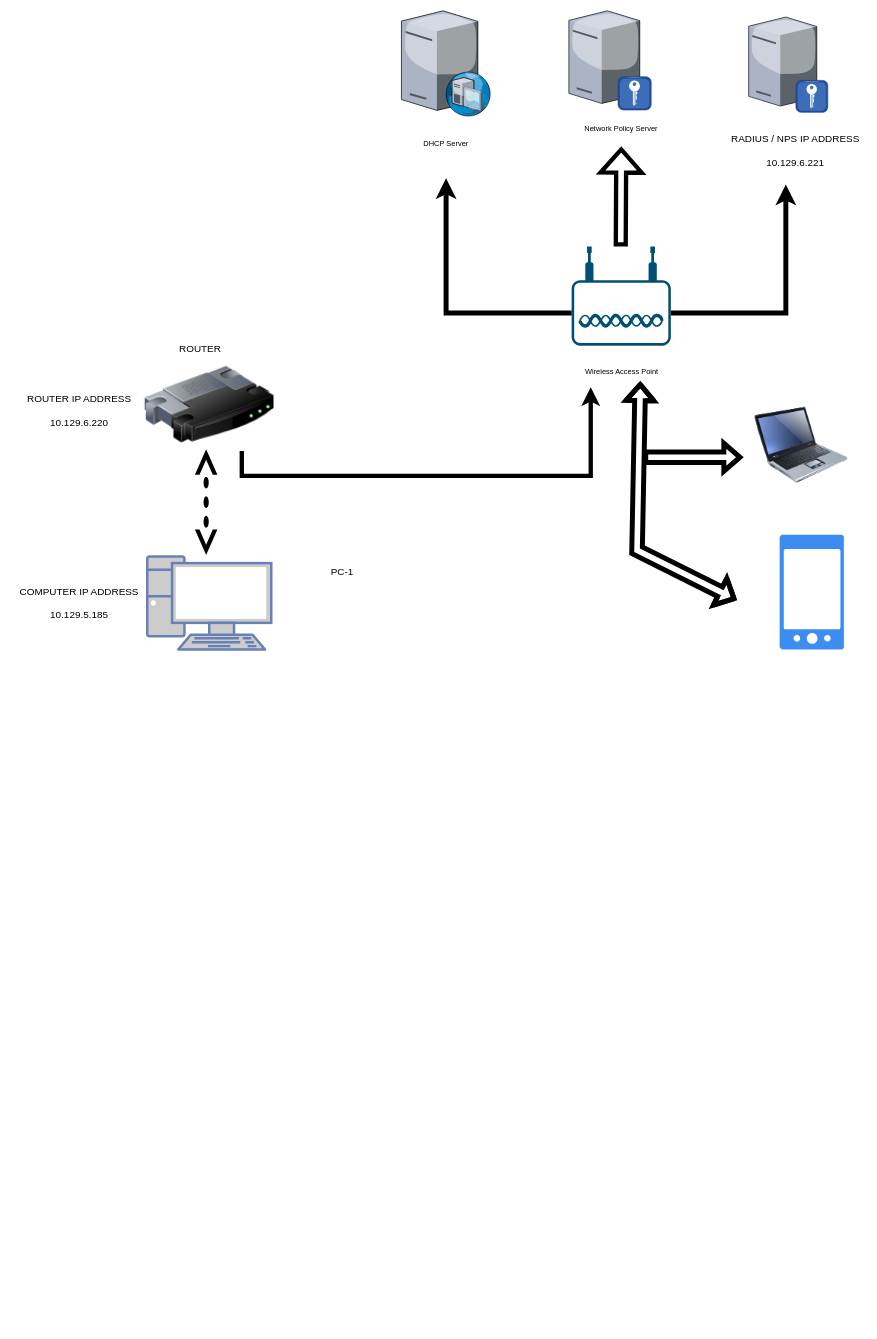
This is Documenting Enterprise Network.drawio from ethanconbolt01/main, a draw.io file, before an edit. Source tidied: cells renumbered, new cells numbered last; positions are measured from the earlier drawing's top-left corner, leaving out a move shared by most shapes. Both pictures are drawn from the tidied source at 62%, with x=0, y=0 at pixel (11, 11).
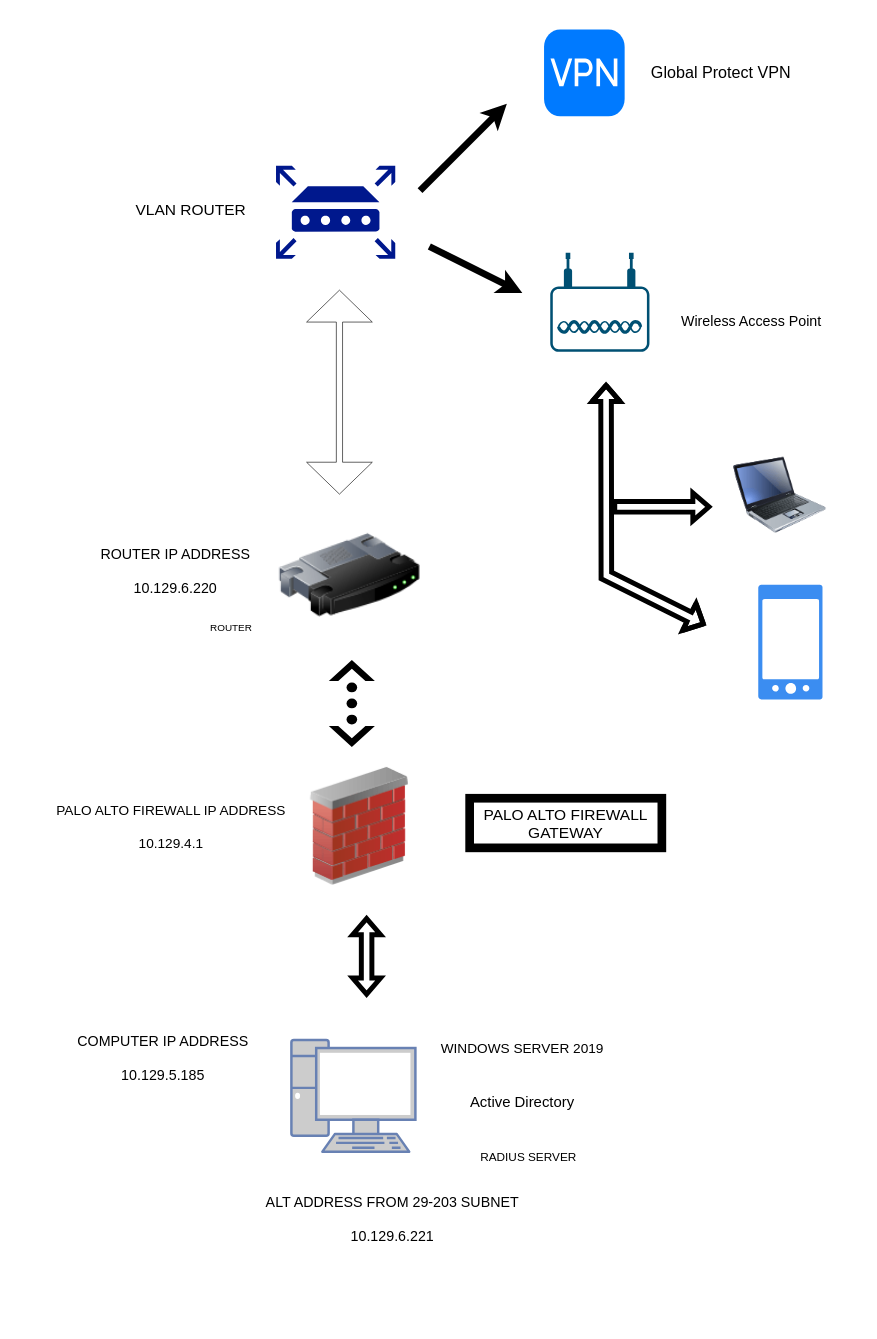
Above is the later version.

The edit, as a diff of the source:
```diff
@@
     <mxCell id="2" style="image;html=1;image=img/lib/clip_art/networking/Router_128x128.png;" parent="1" vertex="1">
-      <mxGeometry x="215" y="560" width="210" height="150" as="geometry" />
+      <mxGeometry x="432.5" y="820" width="227.5" height="180" as="geometry" />
     </mxCell>
     <mxCell id="3" style="shape=mxgraph.signs.tech.ethernet;html=1;fillColor=#000000;strokeColor=none;verticalLabelPosition=bottom;verticalAlign=top;align=center;rotation=90;" parent="1" vertex="1">
-      <mxGeometry x="229.7" y="774.3" width="170.6" height="36.3" as="geometry" />
+      <mxGeometry x="480" y="1080" width="140" height="74.3" as="geometry" />
     </mxCell>
     <mxCell id="4" style="fontColor=#0066CC;verticalAlign=top;verticalLabelPosition=bottom;labelPosition=center;align=center;html=1;fillColor=#CCCCCC;strokeColor=#6881B3;gradientColor=none;gradientDirection=north;strokeWidth=2;shape=mxgraph.networks.pc;" parent="1" vertex="1">
-      <mxGeometry x="220" y="880" width="200" height="150" as="geometry" />
+      <mxGeometry x="452.5" y="1660" width="200" height="180" as="geometry" />
     </mxCell>
-    <mxCell id="5" style="verticalLabelPosition=bottom;sketch=0;html=1;verticalAlign=top;strokeColor=none;align=center;shape=mxgraph.citrix.radius_server;" parent="1" vertex="1">
-      <mxGeometry x="1190" y="10" width="127.6" height="153.8" as="geometry" />
-    </mxCell>
-    <mxCell id="6" value="Network Policy Server" style="text;html=1;align=center;verticalAlign=middle;whiteSpace=wrap;rounded=0;" parent="1" vertex="1">
-      <mxGeometry x="900" y="160" width="169.1" height="60" as="geometry" />
-    </mxCell>
-    <mxCell id="7" value="DHCP Server" style="text;html=1;align=center;verticalAlign=middle;whiteSpace=wrap;rounded=0;" parent="1" vertex="1">
-      <mxGeometry x="636.8" y="180" width="130" height="70" as="geometry" />
-    </mxCell>
-    <mxCell id="8" value="COMPUTER IP ADDRESS&lt;br&gt;&lt;br&gt;&lt;div&gt;10.129.5.185&lt;/div&gt;" style="text;html=1;align=center;verticalAlign=middle;strokeColor=none;fillColor=none;fontSize=16;" parent="1" vertex="1">
-      <mxGeometry y="920" width="220" height="70" as="geometry" />
+    <mxCell id="8" value="&lt;font style=&quot;font-size: 23px;&quot;&gt;COMPUTER IP ADDRESS&lt;br&gt;&lt;br&gt;&lt;/font&gt;&lt;div style=&quot;font-size: 23px;&quot;&gt;&lt;font style=&quot;font-size: 23px;&quot;&gt;10.129.5.185&lt;/font&gt;&lt;/div&gt;" style="text;html=1;align=center;verticalAlign=middle;strokeColor=none;fillColor=none;fontSize=16;" parent="1" vertex="1">
+      <mxGeometry x="100" y="1640" width="290" height="100" as="geometry" />
     </mxCell>
-    <mxCell id="9" value="ROUTER IP ADDRESS&lt;br&gt;&lt;br&gt;10.129.6.220" style="text;html=1;align=center;verticalAlign=middle;strokeColor=none;fillColor=none;fontSize=16;" parent="1" vertex="1">
-      <mxGeometry x="15" y="610" width="190" height="70" as="geometry" />
+    <mxCell id="9" value="&lt;font style=&quot;font-size: 23px;&quot;&gt;ROUTER IP ADDRESS&lt;br&gt;&lt;br&gt;10.129.6.220&lt;/font&gt;" style="text;html=1;align=center;verticalAlign=middle;strokeColor=none;fillColor=none;fontSize=16;" parent="1" vertex="1">
+      <mxGeometry x="140" y="855" width="250" height="100" as="geometry" />
     </mxCell>
-    <mxCell id="10" value="&lt;div&gt;&lt;span style=&quot;background-color: initial;&quot;&gt;RADIUS / NPS IP ADDRESS&lt;/span&gt;&lt;br&gt;&lt;/div&gt;&lt;br&gt;10.129.6.221" style="text;html=1;align=center;verticalAlign=middle;strokeColor=none;fillColor=none;fontSize=16;" parent="1" vertex="1">
-      <mxGeometry x="1150" y="190" width="230" height="70" as="geometry" />
-    </mxCell>
-    <mxCell id="11" value="PC-1" style="text;html=1;align=center;verticalAlign=middle;strokeColor=none;fillColor=none;fontSize=16;" parent="1" vertex="1">
-      <mxGeometry x="504" y="890" width="60" height="30" as="geometry" />
-    </mxCell>
     <mxCell id="12" value="ROUTER" style="text;html=1;align=center;verticalAlign=middle;strokeColor=none;fillColor=none;fontSize=16;" parent="1" vertex="1">
-      <mxGeometry x="260" y="530" width="90" height="30" as="geometry" />
+      <mxGeometry x="310" y="980" width="90" height="30" as="geometry" />
     </mxCell>
-    <mxCell id="13" style="verticalLabelPosition=bottom;sketch=0;html=1;verticalAlign=top;strokeColor=none;align=center;shape=mxgraph.citrix.radius_server;" parent="1" vertex="1">
-      <mxGeometry x="900" width="132.8" height="160" as="geometry" />
-    </mxCell>
     <mxCell id="14" style="image;html=1;image=img/lib/clip_art/computers/Laptop_128x128.png;strokeWidth=8;" parent="1" vertex="1">
-      <mxGeometry x="1200" y="630" width="150" height="140" as="geometry" />
+      <mxGeometry x="1165.5" y="710.6" width="150" height="140" as="geometry" />
     </mxCell>
     <mxCell id="15" style="sketch=0;html=1;strokeColor=none;shadow=0;fillColor=#3B8DF1;verticalAlign=top;labelPosition=center;verticalLabelPosition=bottom;shape=mxgraph.gcp2.phone_android;strokeWidth=8;" parent="1" vertex="1">
-      <mxGeometry x="1240" y="845" width="103.6" height="185" as="geometry" />
+      <mxGeometry x="1205.5" y="925.6" width="103.6" height="185" as="geometry" />
     </mxCell>
-    <mxCell id="16" style="verticalLabelPosition=bottom;sketch=0;html=1;verticalAlign=top;strokeColor=none;align=center;shape=mxgraph.citrix.dhcp_server;" parent="1" vertex="1">
-      <mxGeometry x="630" width="143.6" height="170" as="geometry" />
-    </mxCell>
     <mxCell id="17" style="points=[[0.03,0.36,0],[0.18,0,0],[0.5,0.34,0],[0.82,0,0],[0.97,0.36,0],[1,0.67,0],[0.975,0.975,0],[0.5,1,0],[0.025,0.975,0],[0,0.67,0]];verticalLabelPosition=bottom;sketch=0;html=1;verticalAlign=top;align=center;shape=mxgraph.cisco19.wireless_access_point;fillColor=#005073;strokeColor=none;strokeWidth=8;" parent="1" vertex="1">
-      <mxGeometry x="904.5" y="380" width="160" height="160" as="geometry" />
+      <mxGeometry x="870" y="390" width="160" height="160" as="geometry" />
     </mxCell>
-    <mxCell id="18" value="&lt;div&gt;Wireless Access Point&lt;/div&gt;" style="text;html=1;align=center;verticalAlign=middle;points=[];strokeColor=none;fillColor=none;strokeWidth=8;" parent="1" vertex="1">
-      <mxGeometry x="909.5" y="566.8" width="150" height="30" as="geometry" />
+    <mxCell id="18" value="&lt;div style=&quot;font-size: 23px;&quot;&gt;Wireless Access Point&lt;/div&gt;" style="text;html=1;align=center;verticalAlign=middle;points=[];strokeColor=none;fillColor=none;strokeWidth=8;" parent="1" vertex="1">
+      <mxGeometry x="1079.1" y="480" width="230" height="40" as="geometry" />
     </mxCell>
-    <mxCell id="19" style="shape=flexArrow;endArrow=classic;startArrow=classic;html=1;rounded=0;startWidth=23.333333333333336;startSize=5.733333333333333;entryX=0.705;entryY=1.061;entryDx=0;entryDy=0;entryPerimeter=0;strokeWidth=8;" parent="1" edge="1" target="18">
+    <mxCell id="19" style="shape=flexArrow;endArrow=classic;startArrow=classic;html=1;rounded=0;startWidth=23.333333333333336;startSize=5.733333333333333;strokeWidth=8;" parent="1" edge="1">
       <mxGeometry relative="1" as="geometry">
-        <mxPoint x="1170" y="950" as="sourcePoint" />
+        <mxPoint x="1120.5" y="990.6" as="sourcePoint" />
+        <mxPoint x="960" y="600" as="targetPoint" />
         <Array as="points">
-          <mxPoint x="1010" y="870" />
+          <mxPoint x="960.5" y="910.6" />
         </Array>
       </mxGeometry>
     </mxCell>
     <mxCell id="20" style="shape=flexArrow;endArrow=classic;html=1;rounded=0;strokeWidth=8;" parent="1" edge="1">
       <mxGeometry relative="1" as="geometry">
-        <mxPoint x="1020" y="720" as="sourcePoint" />
-        <mxPoint x="1180" y="720" as="targetPoint" />
+        <mxPoint x="970" y="800" as="sourcePoint" />
+        <mxPoint x="1130" y="800" as="targetPoint" />
       </mxGeometry>
     </mxCell>
-    <mxCell id="21" style="edgeStyle=segmentEdgeStyle;endArrow=classic;html=1;curved=0;rounded=0;endSize=8;startSize=8;strokeWidth=8;exitX=1;exitY=0.67;exitDx=0;exitDy=0;exitPerimeter=0;" parent="1" edge="1" source="17">
-      <mxGeometry relative="1" as="geometry">
-        <mxPoint x="1250" y="280" as="targetPoint" />
-      </mxGeometry>
-    </mxCell>
-    <mxCell id="22" style="edgeStyle=segmentEdgeStyle;endArrow=classic;html=1;curved=0;rounded=0;endSize=8;startSize=8;strokeWidth=8;exitX=0;exitY=0.67;exitDx=0;exitDy=0;exitPerimeter=0;" parent="1" edge="1" source="17">
-      <mxGeometry relative="1" as="geometry">
-        <mxPoint x="702" y="270" as="targetPoint" />
-      </mxGeometry>
-    </mxCell>
-    <mxCell id="23" style="edgeStyle=elbowEdgeStyle;elbow=vertical;endArrow=classic;html=1;curved=0;rounded=0;endSize=8;startSize=8;entryX=0.172;entryY=1.339;entryDx=0;entryDy=0;entryPerimeter=0;strokeWidth=7;exitX=0.75;exitY=1;exitDx=0;exitDy=0;" parent="1" edge="1" source="2" target="18">
-      <mxGeometry relative="1" as="geometry">
-        <Array as="points">
-          <mxPoint x="660" y="750" />
-        </Array>
-      </mxGeometry>
-    </mxCell>
-    <mxCell id="24" style="shape=flexArrow;endArrow=classic;html=1;rounded=0;endWidth=43.333333333333336;endSize=10.116666666666667;strokeWidth=7;entryX=0.5;entryY=1;entryDx=0;entryDy=0;" parent="1" edge="1" target="6">
-      <mxGeometry relative="1" as="geometry">
-        <mxPoint x="983.7" y="380" as="sourcePoint" />
-      </mxGeometry>
-    </mxCell>
+    <mxCell id="25" value="&lt;font style=&quot;font-size: 24px;&quot;&gt;Active Directory&lt;font style=&quot;font-size: 24px;&quot;&gt;&lt;br&gt;&lt;/font&gt;&lt;/font&gt;" style="text;html=1;align=center;verticalAlign=middle;whiteSpace=wrap;rounded=0;strokeWidth=8;perimeterSpacing=6;" parent="1" vertex="1">
+      <mxGeometry x="720" y="1730" width="210" height="60" as="geometry" />
+    </mxCell>
+    <mxCell id="26" value="&lt;font style=&quot;font-size: 22px;&quot;&gt;WINDOWS SERVER 2019&lt;font style=&quot;font-size: 22px;&quot;&gt;&lt;font style=&quot;font-size: 22px;&quot;&gt;&lt;br&gt;&lt;/font&gt;&lt;/font&gt;&lt;/font&gt;" style="text;html=1;align=center;verticalAlign=middle;whiteSpace=wrap;rounded=0;" parent="1" vertex="1">
+      <mxGeometry x="675" y="1640" width="300" height="70" as="geometry" />
+    </mxCell>
+    <mxCell id="27" value="&lt;font style=&quot;font-size: 19px;&quot;&gt;RADIUS SERVER&lt;/font&gt;" style="text;html=1;align=center;verticalAlign=middle;whiteSpace=wrap;rounded=0;" parent="1" vertex="1">
+      <mxGeometry x="700" y="1810" width="270" height="80" as="geometry" />
+    </mxCell>
+    <mxCell id="28" value="&lt;font style=&quot;font-size: 23px;&quot;&gt;ALT ADDRESS FROM 29-203 SUBNET&lt;br&gt;&lt;br&gt;&lt;/font&gt;&lt;div style=&quot;font-size: 23px;&quot;&gt;&lt;font style=&quot;font-size: 23px;&quot;&gt;10.129.6.221&lt;/font&gt;&lt;/div&gt;" style="text;html=1;align=center;verticalAlign=middle;strokeColor=none;fillColor=none;fontSize=16;" parent="1" vertex="1">
+      <mxGeometry x="410" y="1900" width="410" height="100" as="geometry" />
+    </mxCell>
+    <mxCell id="29" style="image;html=1;image=img/lib/clip_art/networking/Firewall_02_128x128.png;" parent="1" vertex="1">
+      <mxGeometry x="465" y="1220" width="195" height="190" as="geometry" />
+    </mxCell>
+    <mxCell id="30" style="rounded=0;whiteSpace=wrap;html=1;opacity=0;strokeColor=#1F80FF;strokeWidth=12;" parent="1" vertex="1">
+      <mxGeometry x="70" y="1530" width="1010" height="590" as="geometry" />
+    </mxCell>
+    <mxCell id="31" style="shape=flexArrow;endArrow=classic;startArrow=classic;html=1;rounded=0;strokeWidth=8;" parent="1" edge="1">
+      <mxGeometry relative="1" as="geometry">
+        <mxPoint x="573.8" y="1590" as="sourcePoint" />
+        <mxPoint x="573.8" y="1460" as="targetPoint" />
+      </mxGeometry>
+    </mxCell>
+    <mxCell id="32" value="&lt;font style=&quot;font-size: 25px;&quot;&gt;PALO ALTO FIREWALL GATEWAY&lt;/font&gt;" style="text;html=1;align=center;verticalAlign=middle;whiteSpace=wrap;rounded=0;strokeWidth=14;fillColor=default;strokeColor=default;" parent="1" vertex="1">
+      <mxGeometry x="740" y="1270" width="310" height="80" as="geometry" />
+    </mxCell>
+    <mxCell id="33" style="sketch=0;shadow=0;dashed=0;html=1;strokeColor=none;labelPosition=center;verticalLabelPosition=bottom;verticalAlign=top;align=center;fillColor=#00188D;shape=mxgraph.mscae.enterprise.router;" parent="1" vertex="1">
+      <mxGeometry x="427.7" y="250" width="192.3" height="150" as="geometry" />
+    </mxCell>
+    <mxCell id="34" style="html=1;strokeWidth=1;shadow=0;dashed=0;shape=mxgraph.ios7.misc.vpn;fillColor=#007AFF;strokeColor=none;buttonText=;strokeColor2=#222222;fontColor=#222222;fontSize=8;verticalLabelPosition=bottom;verticalAlign=top;align=center;sketch=0;" parent="1" vertex="1">
+      <mxGeometry x="860" y="30" width="130" height="140" as="geometry" />
+    </mxCell>
+    <mxCell id="35" value="&lt;font style=&quot;font-size: 26px;&quot;&gt;Global Protect VPN&lt;/font&gt;" style="text;html=1;align=center;verticalAlign=middle;strokeColor=none;fillColor=none;" parent="1" vertex="1">
+      <mxGeometry x="1030" y="80" width="230" height="40" as="geometry" />
+    </mxCell>
+    <mxCell id="36" style="shape=flexArrow;endArrow=classic;startArrow=classic;html=1;rounded=0;startWidth=95;startSize=16.825;endWidth=95;endSize=16.825;" parent="1" edge="1">
+      <mxGeometry relative="1" as="geometry">
+        <mxPoint x="530" y="780" as="sourcePoint" />
+        <mxPoint x="530" y="450" as="targetPoint" />
+      </mxGeometry>
+    </mxCell>
+    <mxCell id="37" style="endArrow=classic;html=1;rounded=0;strokeWidth=11;" parent="1" edge="1">
+      <mxGeometry relative="1" as="geometry">
+        <mxPoint x="660" y="290" as="sourcePoint" />
+        <mxPoint x="800" y="150" as="targetPoint" />
+      </mxGeometry>
+    </mxCell>
+    <mxCell id="38" style="endArrow=classic;html=1;rounded=0;strokeWidth=11;" parent="1" edge="1">
+      <mxGeometry relative="1" as="geometry">
+        <mxPoint x="675" y="380" as="sourcePoint" />
+        <mxPoint x="825" y="455" as="targetPoint" />
+      </mxGeometry>
+    </mxCell>
+    <mxCell id="39" value="&lt;font style=&quot;font-size: 22px;&quot;&gt;PALO ALTO FIREWALL IP ADDRESS&lt;br&gt;&lt;br&gt;&lt;/font&gt;&lt;div style=&quot;font-size: 22px;&quot;&gt;&lt;font style=&quot;font-size: 22px;&quot;&gt;10.129.4.1&lt;/font&gt;&lt;/div&gt;&lt;div style=&quot;font-size: 22px;&quot;&gt;&lt;font style=&quot;font-size: 22px;&quot;&gt;&lt;br&gt;&lt;/font&gt;&lt;/div&gt;" style="text;html=1;align=center;verticalAlign=middle;strokeColor=none;fillColor=none;" parent="1" vertex="1">
+      <mxGeometry x="62.5" y="1270" width="390" height="120" as="geometry" />
+    </mxCell>
+    <mxCell id="40" value="&lt;div&gt;&lt;font style=&quot;font-size: 25px;&quot;&gt;VLAN ROUTER&lt;/font&gt;&lt;/div&gt;" style="text;html=1;align=center;verticalAlign=middle;strokeColor=none;fillColor=none;" parent="1" vertex="1">
+      <mxGeometry x="190" y="300" width="200" height="40" as="geometry" />
+    </mxCell>
```
